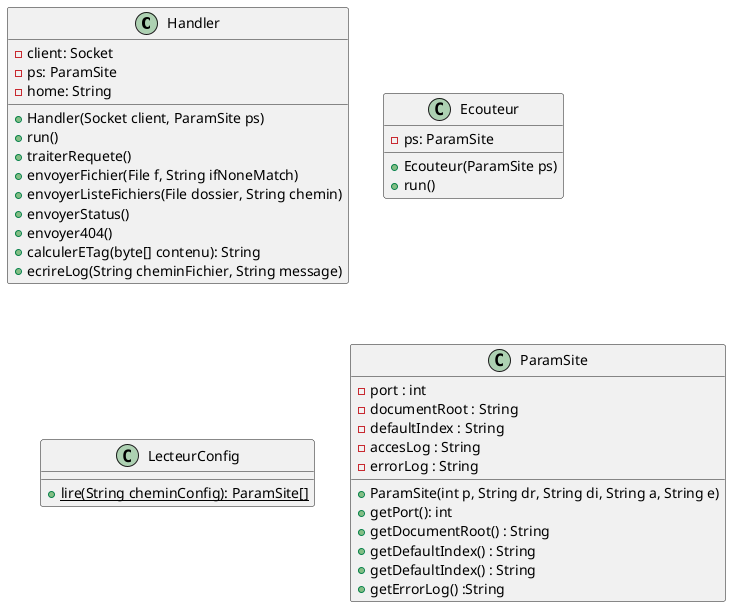
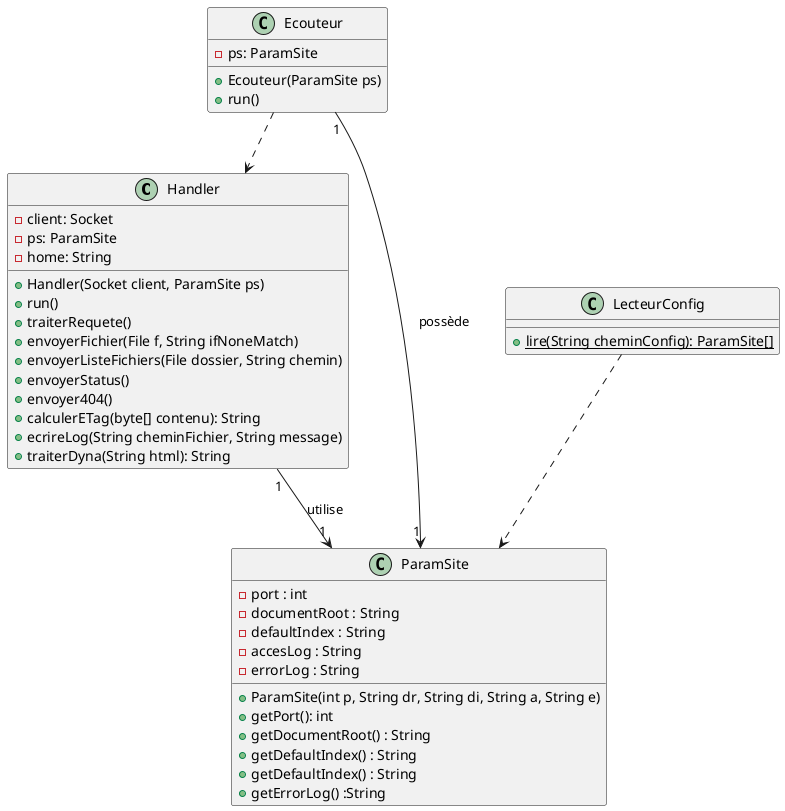
@startuml

class Handler{
    - client: Socket
    - ps: ParamSite
    - home: String

    + Handler(Socket client, ParamSite ps)
    + run()
    + traiterRequete()
    + envoyerFichier(File f, String ifNoneMatch)
    + envoyerListeFichiers(File dossier, String chemin)
    + envoyerStatus()
    + envoyer404()
    + calculerETag(byte[] contenu): String
    + ecrireLog(String cheminFichier, String message)
+     + traiterDyna(String html): String
}

class Ecouteur{
    - ps: ParamSite

    + Ecouteur(ParamSite ps)
    + run()
}

class LecteurConfig{
    {static} + lire(String cheminConfig): ParamSite[]
}

class ParamSite{
    - port : int
    - documentRoot : String
    - defaultIndex : String
    - accesLog : String
    - errorLog : String

    + ParamSite(int p, String dr, String di, String a, String e)
    + getPort(): int
    + getDocumentRoot() : String
    + getDefaultIndex() : String
    + getDefaultIndex() : String
    + getErrorLog() :String
}
+ Ecouteur "1" --> "1" ParamSite : possède
+ Handler "1" --> "1" ParamSite : utilise
+ Ecouteur ..> Handler
+ LecteurConfig ..> ParamSite

@enduml